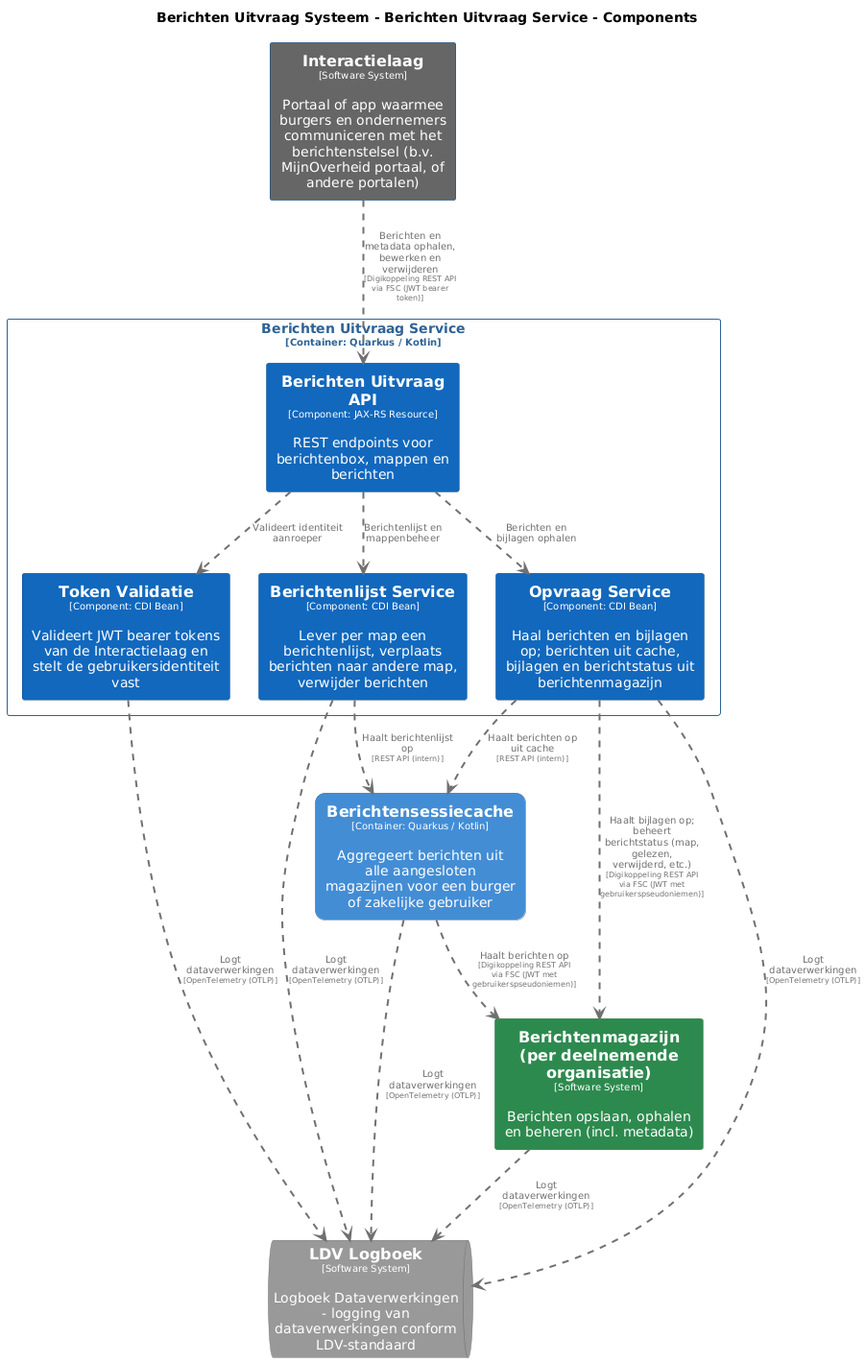
MinBZK/moza-poc-fbs-berichtenbox keeps this PlantUML diagram as pr-preview/pr-22/master/png/BerichtenUitvraagServiceComponenten.png. Above is the earlier version.
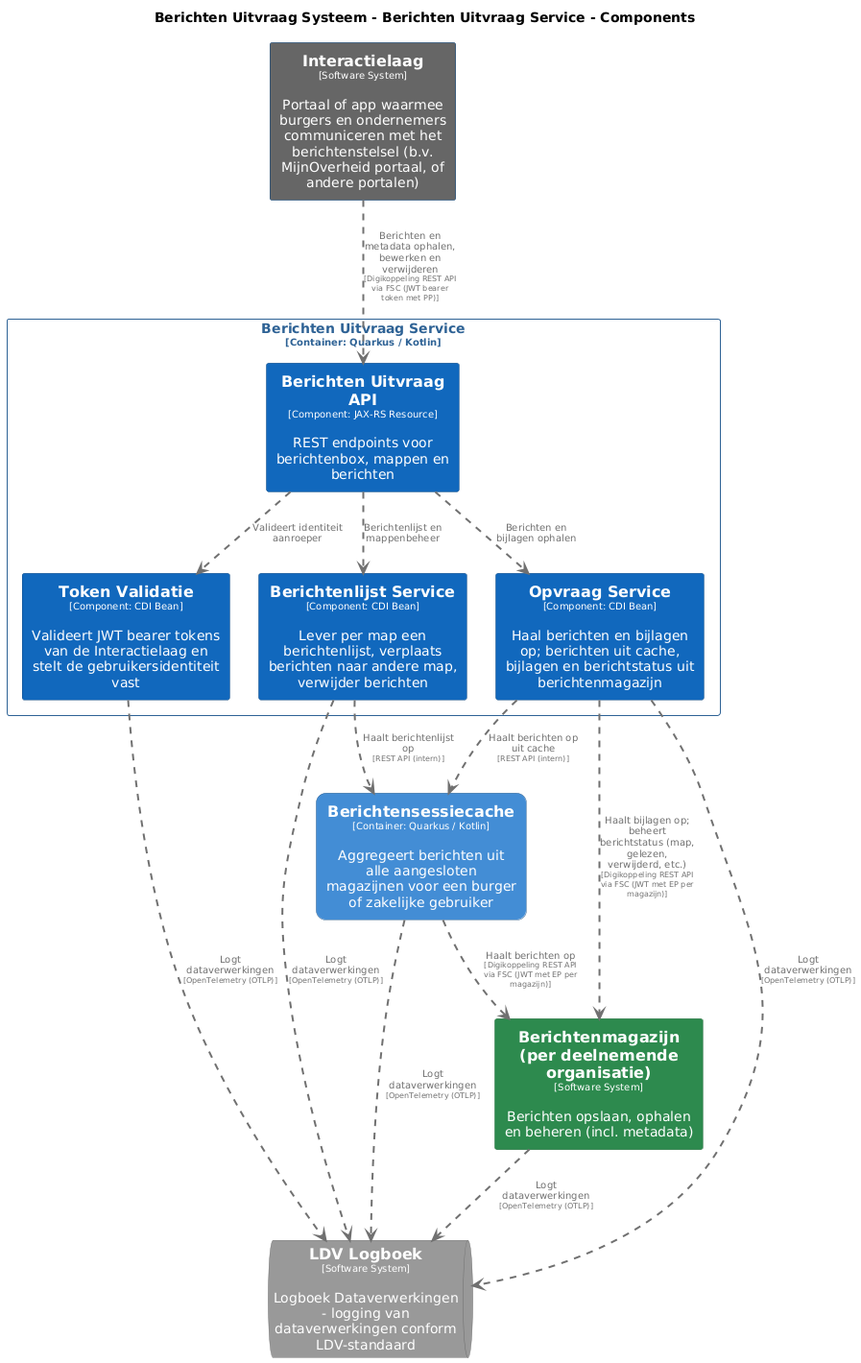
After the change.

Diff of the diagram source:
```diff
@@ -82,7 +82,7 @@
   rectangle "==Opvraag Service\n<size:10>[Component: CDI Bean]</size>\n\nHaal berichten en bijlagen op; berichten uit cache, bijlagen en berichtstatus uit berichtenmagazijn" <<BerichtenUitvraagSysteem.BerichtenUitvraagService.OpvraagService>> as BerichtenUitvraagSysteem.BerichtenUitvraagService.OpvraagService
 }
 
-BerichtenUitvraagSysteem.Berichtensessiecache .[#707070,thickness=2].> Berichtenmagazijnperdeelnemendeorganisatie : "<color:#707070>Haalt berichten op\n<color:#707070><size:8>[Digikoppeling REST API via FSC (JWT met gebruikerspseudoniemen)]</size>"
+BerichtenUitvraagSysteem.Berichtensessiecache .[#707070,thickness=2].> Berichtenmagazijnperdeelnemendeorganisatie : "<color:#707070>Haalt berichten op\n<color:#707070><size:8>[Digikoppeling REST API via FSC (JWT met EP per magazijn)]</size>"
 Berichtenmagazijnperdeelnemendeorganisatie .[#707070,thickness=2].> LDVLogboek : "<color:#707070>Logt dataverwerkingen\n<color:#707070><size:8>[OpenTelemetry (OTLP)]</size>"
 BerichtenUitvraagSysteem.Berichtensessiecache .[#707070,thickness=2].> LDVLogboek : "<color:#707070>Logt dataverwerkingen\n<color:#707070><size:8>[OpenTelemetry (OTLP)]</size>"
 BerichtenUitvraagSysteem.BerichtenUitvraagService.TokenValidatie .[#707070,thickness=2].> LDVLogboek : "<color:#707070>Logt dataverwerkingen\n<color:#707070><size:8>[OpenTelemetry (OTLP)]</size>"
@@ -93,6 +93,6 @@
 BerichtenUitvraagSysteem.BerichtenUitvraagService.BerichtenUitvraagAPI .[#707070,thickness=2].> BerichtenUitvraagSysteem.BerichtenUitvraagService.OpvraagService : "<color:#707070>Berichten en bijlagen ophalen"
 BerichtenUitvraagSysteem.BerichtenUitvraagService.OpvraagService .[#707070,thickness=2].> BerichtenUitvraagSysteem.Berichtensessiecache : "<color:#707070>Haalt berichten op uit cache\n<color:#707070><size:8>[REST API (intern)]</size>"
 BerichtenUitvraagSysteem.BerichtenUitvraagService.BerichtenlijstService .[#707070,thickness=2].> BerichtenUitvraagSysteem.Berichtensessiecache : "<color:#707070>Haalt berichtenlijst op\n<color:#707070><size:8>[REST API (intern)]</size>"
-Interactielaag .[#707070,thickness=2].> BerichtenUitvraagSysteem.BerichtenUitvraagService.BerichtenUitvraagAPI : "<color:#707070>Berichten en metadata ophalen, bewerken en verwijderen\n<color:#707070><size:8>[Digikoppeling REST API via FSC (JWT bearer token)]</size>"
-BerichtenUitvraagSysteem.BerichtenUitvraagService.OpvraagService .[#707070,thickness=2].> Berichtenmagazijnperdeelnemendeorganisatie : "<color:#707070>Haalt bijlagen op; beheert berichtstatus (map, gelezen, verwijderd, etc.)\n<color:#707070><size:8>[Digikoppeling REST API via FSC (JWT met gebruikerspseudoniemen)]</size>"
+Interactielaag .[#707070,thickness=2].> BerichtenUitvraagSysteem.BerichtenUitvraagService.BerichtenUitvraagAPI : "<color:#707070>Berichten en metadata ophalen, bewerken en verwijderen\n<color:#707070><size:8>[Digikoppeling REST API via FSC (JWT bearer token met PP)]</size>"
+BerichtenUitvraagSysteem.BerichtenUitvraagService.OpvraagService .[#707070,thickness=2].> Berichtenmagazijnperdeelnemendeorganisatie : "<color:#707070>Haalt bijlagen op; beheert berichtstatus (map, gelezen, verwijderd, etc.)\n<color:#707070><size:8>[Digikoppeling REST API via FSC (JWT met EP per magazijn)]</size>"
 @enduml
```
